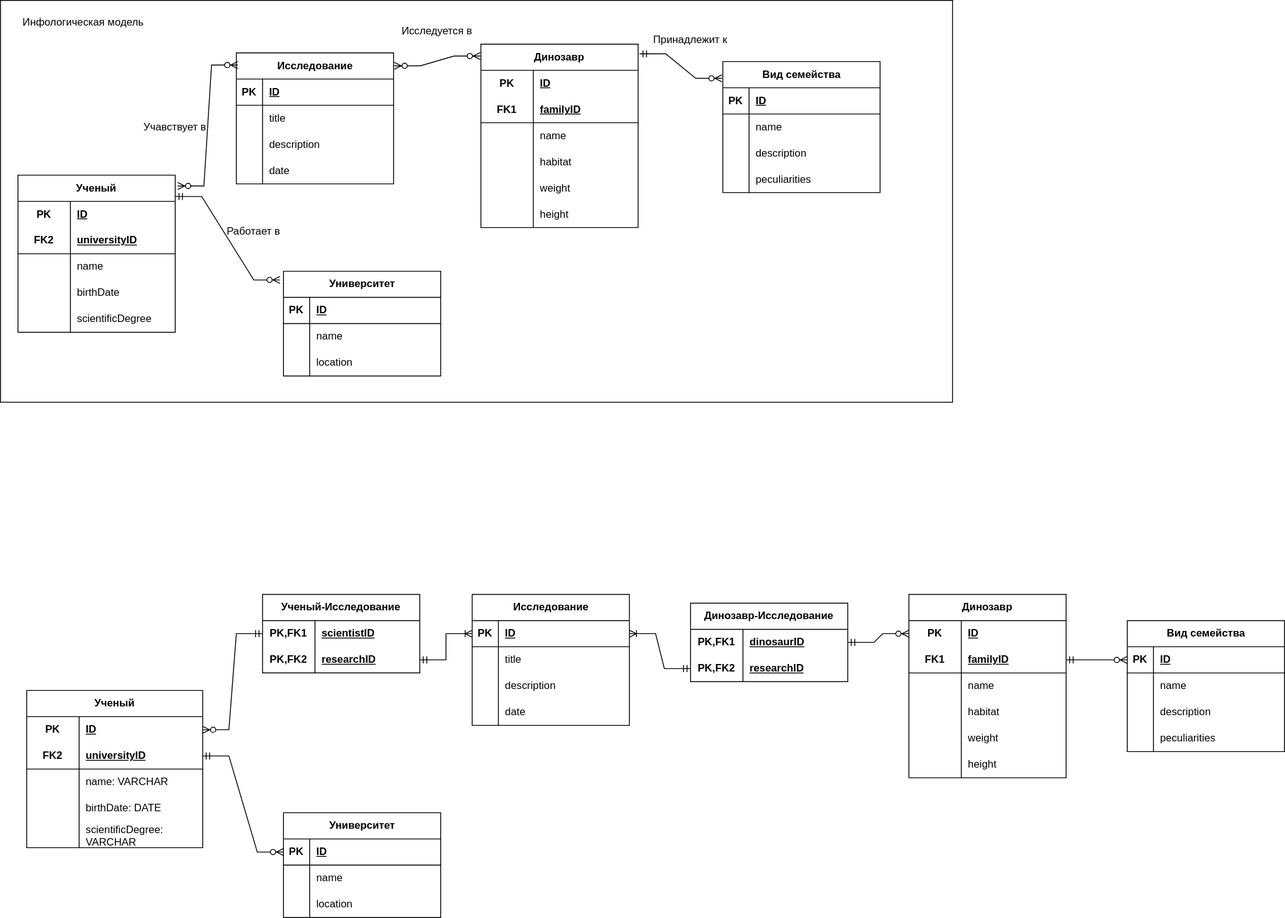
The draw.io diagram DataScience/lab1/bd.drawio.svg in yargames1/ITMO, before a commit. Source tidied: cells renumbered, new cells last; positions are measured from the earlier drawing's top-left corner, leaving out a move shared by most shapes.
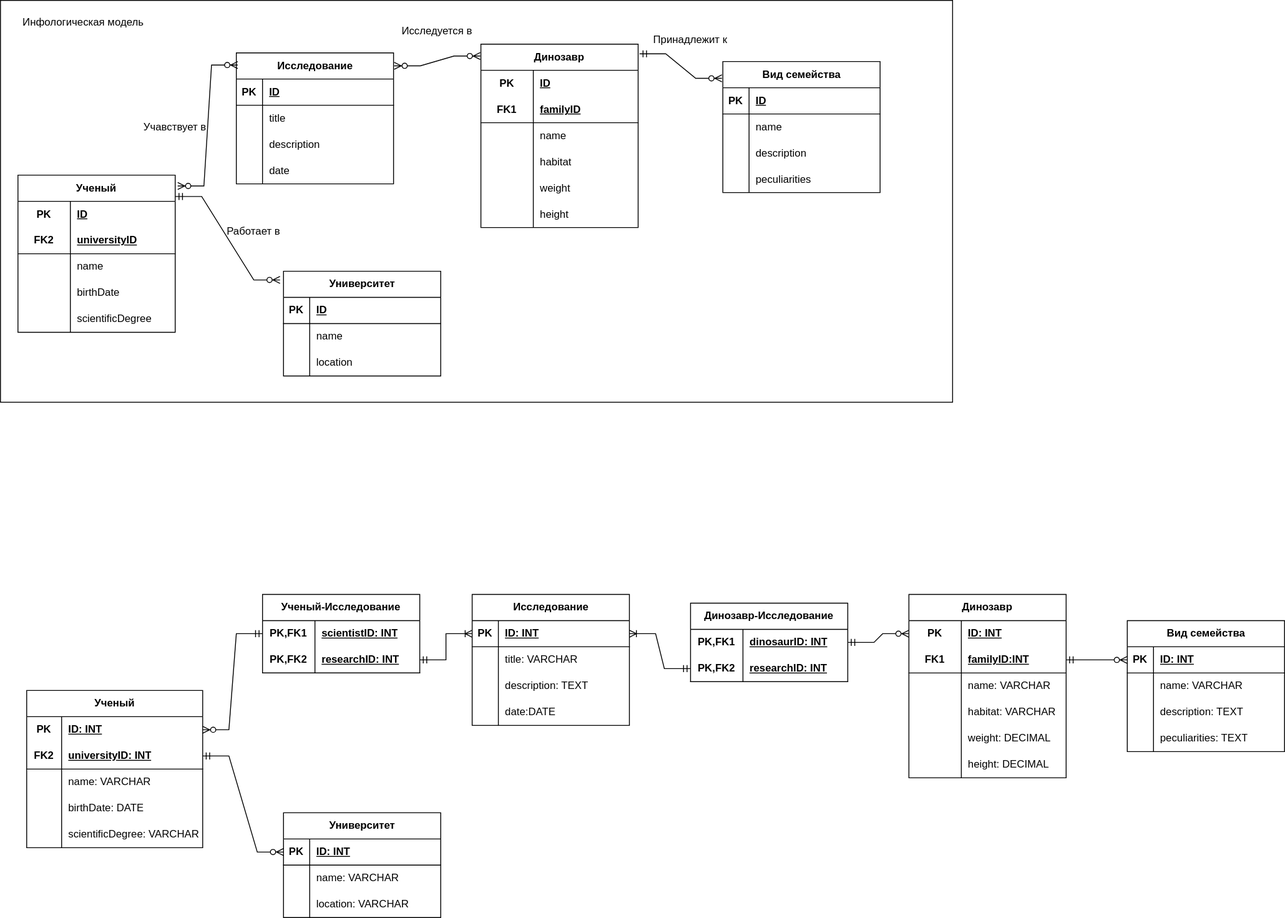
After the change.

Diff of the diagram source:
```diff
@@ -258,3 +258,3 @@
     </mxCell>
-    <mxCell id="86" value="ID" style="shape=partialRectangle;fillColor=none;top=0;left=0;bottom=0;right=0;align=left;spacingLeft=6;fontStyle=5;overflow=hidden;whiteSpace=wrap;html=1;" parent="84" vertex="1">
+    <mxCell id="86" value="ID: INT" style="shape=partialRectangle;fillColor=none;top=0;left=0;bottom=0;right=0;align=left;spacingLeft=6;fontStyle=5;overflow=hidden;whiteSpace=wrap;html=1;" parent="84" vertex="1">
       <mxGeometry x="30" width="150" height="30" as="geometry" />
@@ -267,3 +267,3 @@
     </mxCell>
-    <mxCell id="89" value="name" style="shape=partialRectangle;fillColor=none;top=0;left=0;bottom=0;right=0;align=left;spacingLeft=6;overflow=hidden;whiteSpace=wrap;html=1;" parent="87" vertex="1">
+    <mxCell id="89" value="name: VARCHAR" style="shape=partialRectangle;fillColor=none;top=0;left=0;bottom=0;right=0;align=left;spacingLeft=6;overflow=hidden;whiteSpace=wrap;html=1;" parent="87" vertex="1">
       <mxGeometry x="30" width="150" height="30" as="geometry" />
@@ -276,3 +276,3 @@
     </mxCell>
-    <mxCell id="92" value="location" style="shape=partialRectangle;fillColor=none;top=0;left=0;bottom=0;right=0;align=left;spacingLeft=6;overflow=hidden;whiteSpace=wrap;html=1;" parent="90" vertex="1">
+    <mxCell id="92" value="location: VARCHAR" style="shape=partialRectangle;fillColor=none;top=0;left=0;bottom=0;right=0;align=left;spacingLeft=6;overflow=hidden;whiteSpace=wrap;html=1;" parent="90" vertex="1">
       <mxGeometry x="30" width="150" height="30" as="geometry" />
@@ -286,6 +286,6 @@
     <mxCell id="95" value="PK" style="shape=partialRectangle;fillColor=none;top=0;left=0;bottom=0;right=0;fontStyle=1;overflow=hidden;html=1;whiteSpace=wrap;" parent="94" vertex="1">
-      <mxGeometry width="60" height="30" as="geometry" />
+      <mxGeometry width="40" height="30" as="geometry" />
     </mxCell>
-    <mxCell id="96" value="ID" style="shape=partialRectangle;fillColor=none;top=0;left=0;bottom=0;right=0;align=left;spacingLeft=6;fontStyle=5;overflow=hidden;html=1;whiteSpace=wrap;" parent="94" vertex="1">
-      <mxGeometry x="60" width="141.5" height="30" as="geometry" />
+    <mxCell id="96" value="ID: INT" style="shape=partialRectangle;fillColor=none;top=0;left=0;bottom=0;right=0;align=left;spacingLeft=6;fontStyle=5;overflow=hidden;html=1;whiteSpace=wrap;" parent="94" vertex="1">
+      <mxGeometry x="40" width="161.5" height="30" as="geometry" />
     </mxCell>
@@ -295,6 +295,6 @@
     <mxCell id="98" value="FK2" style="shape=partialRectangle;fillColor=none;top=0;left=0;bottom=0;right=0;fontStyle=1;overflow=hidden;html=1;whiteSpace=wrap;" parent="97" vertex="1">
-      <mxGeometry width="60" height="30" as="geometry" />
+      <mxGeometry width="40" height="30" as="geometry" />
     </mxCell>
-    <mxCell id="99" value="universityID" style="shape=partialRectangle;fillColor=none;top=0;left=0;bottom=0;right=0;align=left;spacingLeft=6;fontStyle=5;overflow=hidden;html=1;whiteSpace=wrap;" parent="97" vertex="1">
-      <mxGeometry x="60" width="141.5" height="30" as="geometry" />
+    <mxCell id="99" value="universityID: INT" style="shape=partialRectangle;fillColor=none;top=0;left=0;bottom=0;right=0;align=left;spacingLeft=6;fontStyle=5;overflow=hidden;html=1;whiteSpace=wrap;" parent="97" vertex="1">
+      <mxGeometry x="40" width="161.5" height="30" as="geometry" />
     </mxCell>
@@ -304,6 +304,6 @@
     <mxCell id="101" style="shape=partialRectangle;fillColor=none;top=0;left=0;bottom=0;right=0;overflow=hidden;html=1;whiteSpace=wrap;" parent="100" vertex="1">
-      <mxGeometry width="60" height="30" as="geometry" />
+      <mxGeometry width="40" height="30" as="geometry" />
     </mxCell>
     <mxCell id="102" value="name: VARCHAR" style="shape=partialRectangle;fillColor=none;top=0;left=0;bottom=0;right=0;align=left;spacingLeft=6;overflow=hidden;html=1;whiteSpace=wrap;" parent="100" vertex="1">
-      <mxGeometry x="60" width="141.5" height="30" as="geometry" />
+      <mxGeometry x="40" width="161.5" height="30" as="geometry" />
     </mxCell>
@@ -313,6 +313,6 @@
     <mxCell id="104" style="shape=partialRectangle;fillColor=none;top=0;left=0;bottom=0;right=0;overflow=hidden;html=1;whiteSpace=wrap;" parent="103" vertex="1">
-      <mxGeometry width="60" height="30" as="geometry" />
+      <mxGeometry width="40" height="30" as="geometry" />
     </mxCell>
     <mxCell id="105" value="birthDate: DATE" style="shape=partialRectangle;fillColor=none;top=0;left=0;bottom=0;right=0;align=left;spacingLeft=6;overflow=hidden;html=1;whiteSpace=wrap;" parent="103" vertex="1">
-      <mxGeometry x="60" width="141.5" height="30" as="geometry" />
+      <mxGeometry x="40" width="161.5" height="30" as="geometry" />
     </mxCell>
@@ -322,6 +322,6 @@
     <mxCell id="107" style="shape=partialRectangle;fillColor=none;top=0;left=0;bottom=0;right=0;overflow=hidden;html=1;whiteSpace=wrap;" parent="106" vertex="1">
-      <mxGeometry width="60" height="30" as="geometry" />
+      <mxGeometry width="40" height="30" as="geometry" />
     </mxCell>
     <mxCell id="108" value="scientificDegree: VARCHAR" style="shape=partialRectangle;fillColor=none;top=0;left=0;bottom=0;right=0;align=left;spacingLeft=6;overflow=hidden;html=1;whiteSpace=wrap;" parent="106" vertex="1">
-      <mxGeometry x="60" width="141.5" height="30" as="geometry" />
+      <mxGeometry x="40" width="161.5" height="30" as="geometry" />
     </mxCell>
@@ -336,3 +336,3 @@
     </mxCell>
-    <mxCell id="112" value="ID" style="shape=partialRectangle;fillColor=none;top=0;left=0;bottom=0;right=0;align=left;spacingLeft=6;fontStyle=5;overflow=hidden;html=1;whiteSpace=wrap;" parent="110" vertex="1">
+    <mxCell id="112" value="ID: INT" style="shape=partialRectangle;fillColor=none;top=0;left=0;bottom=0;right=0;align=left;spacingLeft=6;fontStyle=5;overflow=hidden;html=1;whiteSpace=wrap;" parent="110" vertex="1">
       <mxGeometry x="60" width="120" height="30" as="geometry" />
@@ -345,3 +345,3 @@
     </mxCell>
-    <mxCell id="115" value="familyID" style="shape=partialRectangle;fillColor=none;top=0;left=0;bottom=0;right=0;align=left;spacingLeft=6;fontStyle=5;overflow=hidden;html=1;whiteSpace=wrap;" parent="113" vertex="1">
+    <mxCell id="115" value="familyID:INT" style="shape=partialRectangle;fillColor=none;top=0;left=0;bottom=0;right=0;align=left;spacingLeft=6;fontStyle=5;overflow=hidden;html=1;whiteSpace=wrap;" parent="113" vertex="1">
       <mxGeometry x="60" width="120" height="30" as="geometry" />
@@ -354,3 +354,3 @@
     </mxCell>
-    <mxCell id="118" value="name" style="shape=partialRectangle;fillColor=none;top=0;left=0;bottom=0;right=0;align=left;spacingLeft=6;overflow=hidden;html=1;whiteSpace=wrap;" parent="116" vertex="1">
+    <mxCell id="118" value="name: VARCHAR" style="shape=partialRectangle;fillColor=none;top=0;left=0;bottom=0;right=0;align=left;spacingLeft=6;overflow=hidden;html=1;whiteSpace=wrap;" parent="116" vertex="1">
       <mxGeometry x="60" width="120" height="30" as="geometry" />
@@ -363,3 +363,3 @@
     </mxCell>
-    <mxCell id="121" value="habitat" style="shape=partialRectangle;fillColor=none;top=0;left=0;bottom=0;right=0;align=left;spacingLeft=6;overflow=hidden;html=1;whiteSpace=wrap;" parent="119" vertex="1">
+    <mxCell id="121" value="habitat: VARCHAR" style="shape=partialRectangle;fillColor=none;top=0;left=0;bottom=0;right=0;align=left;spacingLeft=6;overflow=hidden;html=1;whiteSpace=wrap;" parent="119" vertex="1">
       <mxGeometry x="60" width="120" height="30" as="geometry" />
@@ -372,3 +372,3 @@
     </mxCell>
-    <mxCell id="124" value="weight" style="shape=partialRectangle;fillColor=none;top=0;left=0;bottom=0;right=0;align=left;spacingLeft=6;overflow=hidden;html=1;whiteSpace=wrap;" parent="122" vertex="1">
+    <mxCell id="124" value="weight: DECIMAL" style="shape=partialRectangle;fillColor=none;top=0;left=0;bottom=0;right=0;align=left;spacingLeft=6;overflow=hidden;html=1;whiteSpace=wrap;" parent="122" vertex="1">
       <mxGeometry x="60" width="120" height="30" as="geometry" />
@@ -381,3 +381,3 @@
     </mxCell>
-    <mxCell id="127" value="height" style="shape=partialRectangle;fillColor=none;top=0;left=0;bottom=0;right=0;align=left;spacingLeft=6;overflow=hidden;html=1;whiteSpace=wrap;" parent="125" vertex="1">
+    <mxCell id="127" value="height: DECIMAL" style="shape=partialRectangle;fillColor=none;top=0;left=0;bottom=0;right=0;align=left;spacingLeft=6;overflow=hidden;html=1;whiteSpace=wrap;" parent="125" vertex="1">
       <mxGeometry x="60" width="120" height="30" as="geometry" />
@@ -393,3 +393,3 @@
     </mxCell>
-    <mxCell id="131" value="ID" style="shape=partialRectangle;fillColor=none;top=0;left=0;bottom=0;right=0;align=left;spacingLeft=6;fontStyle=5;overflow=hidden;whiteSpace=wrap;html=1;" parent="129" vertex="1">
+    <mxCell id="131" value="ID: INT" style="shape=partialRectangle;fillColor=none;top=0;left=0;bottom=0;right=0;align=left;spacingLeft=6;fontStyle=5;overflow=hidden;whiteSpace=wrap;html=1;" parent="129" vertex="1">
       <mxGeometry x="30" width="150" height="30" as="geometry" />
@@ -402,3 +402,3 @@
     </mxCell>
-    <mxCell id="134" value="name" style="shape=partialRectangle;fillColor=none;top=0;left=0;bottom=0;right=0;align=left;spacingLeft=6;overflow=hidden;whiteSpace=wrap;html=1;" parent="132" vertex="1">
+    <mxCell id="134" value="name: VARCHAR" style="shape=partialRectangle;fillColor=none;top=0;left=0;bottom=0;right=0;align=left;spacingLeft=6;overflow=hidden;whiteSpace=wrap;html=1;" parent="132" vertex="1">
       <mxGeometry x="30" width="150" height="30" as="geometry" />
@@ -411,3 +411,3 @@
     </mxCell>
-    <mxCell id="137" value="description" style="shape=partialRectangle;fillColor=none;top=0;left=0;bottom=0;right=0;align=left;spacingLeft=6;overflow=hidden;whiteSpace=wrap;html=1;" parent="135" vertex="1">
+    <mxCell id="137" value="description: TEXT" style="shape=partialRectangle;fillColor=none;top=0;left=0;bottom=0;right=0;align=left;spacingLeft=6;overflow=hidden;whiteSpace=wrap;html=1;" parent="135" vertex="1">
       <mxGeometry x="30" width="150" height="30" as="geometry" />
@@ -420,3 +420,3 @@
     </mxCell>
-    <mxCell id="140" value="peculiarities" style="shape=partialRectangle;fillColor=none;top=0;left=0;bottom=0;right=0;align=left;spacingLeft=6;overflow=hidden;whiteSpace=wrap;html=1;" parent="138" vertex="1">
+    <mxCell id="140" value="peculiarities: TEXT" style="shape=partialRectangle;fillColor=none;top=0;left=0;bottom=0;right=0;align=left;spacingLeft=6;overflow=hidden;whiteSpace=wrap;html=1;" parent="138" vertex="1">
       <mxGeometry x="30" width="150" height="30" as="geometry" />
@@ -432,3 +432,3 @@
     </mxCell>
-    <mxCell id="144" value="ID" style="shape=partialRectangle;fillColor=none;top=0;left=0;bottom=0;right=0;align=left;spacingLeft=6;fontStyle=5;overflow=hidden;whiteSpace=wrap;html=1;" parent="142" vertex="1">
+    <mxCell id="144" value="ID: INT" style="shape=partialRectangle;fillColor=none;top=0;left=0;bottom=0;right=0;align=left;spacingLeft=6;fontStyle=5;overflow=hidden;whiteSpace=wrap;html=1;" parent="142" vertex="1">
       <mxGeometry x="30" width="150" height="30" as="geometry" />
@@ -441,3 +441,3 @@
     </mxCell>
-    <mxCell id="147" value="title" style="shape=partialRectangle;fillColor=none;top=0;left=0;bottom=0;right=0;align=left;spacingLeft=6;overflow=hidden;whiteSpace=wrap;html=1;" parent="145" vertex="1">
+    <mxCell id="147" value="title: VARCHAR" style="shape=partialRectangle;fillColor=none;top=0;left=0;bottom=0;right=0;align=left;spacingLeft=6;overflow=hidden;whiteSpace=wrap;html=1;" parent="145" vertex="1">
       <mxGeometry x="30" width="150" height="30" as="geometry" />
@@ -450,3 +450,3 @@
     </mxCell>
-    <mxCell id="150" value="description" style="shape=partialRectangle;fillColor=none;top=0;left=0;bottom=0;right=0;align=left;spacingLeft=6;overflow=hidden;whiteSpace=wrap;html=1;" parent="148" vertex="1">
+    <mxCell id="150" value="description: TEXT" style="shape=partialRectangle;fillColor=none;top=0;left=0;bottom=0;right=0;align=left;spacingLeft=6;overflow=hidden;whiteSpace=wrap;html=1;" parent="148" vertex="1">
       <mxGeometry x="30" width="150" height="30" as="geometry" />
@@ -459,3 +459,3 @@
     </mxCell>
-    <mxCell id="153" value="date" style="shape=partialRectangle;fillColor=none;top=0;left=0;bottom=0;right=0;align=left;spacingLeft=6;overflow=hidden;whiteSpace=wrap;html=1;" parent="151" vertex="1">
+    <mxCell id="153" value="date:DATE" style="shape=partialRectangle;fillColor=none;top=0;left=0;bottom=0;right=0;align=left;spacingLeft=6;overflow=hidden;whiteSpace=wrap;html=1;" parent="151" vertex="1">
       <mxGeometry x="30" width="150" height="30" as="geometry" />
@@ -477,3 +477,3 @@
     </mxCell>
-    <mxCell id="159" value="scientistID" style="shape=partialRectangle;fillColor=none;top=0;left=0;bottom=0;right=0;align=left;spacingLeft=6;fontStyle=5;overflow=hidden;html=1;whiteSpace=wrap;" parent="157" vertex="1">
+    <mxCell id="159" value="scientistID: INT" style="shape=partialRectangle;fillColor=none;top=0;left=0;bottom=0;right=0;align=left;spacingLeft=6;fontStyle=5;overflow=hidden;html=1;whiteSpace=wrap;" parent="157" vertex="1">
       <mxGeometry x="60" width="120" height="30" as="geometry" />
@@ -486,3 +486,3 @@
     </mxCell>
-    <mxCell id="162" value="researchID " style="shape=partialRectangle;fillColor=none;top=0;left=0;bottom=0;right=0;align=left;spacingLeft=6;fontStyle=5;overflow=hidden;html=1;whiteSpace=wrap;" parent="160" vertex="1">
+    <mxCell id="162" value="researchID: INT" style="shape=partialRectangle;fillColor=none;top=0;left=0;bottom=0;right=0;align=left;spacingLeft=6;fontStyle=5;overflow=hidden;html=1;whiteSpace=wrap;" parent="160" vertex="1">
       <mxGeometry x="60" width="120" height="30" as="geometry" />
@@ -498,3 +498,3 @@
     </mxCell>
-    <mxCell id="166" value="dinosaurID " style="shape=partialRectangle;fillColor=none;top=0;left=0;bottom=0;right=0;align=left;spacingLeft=6;fontStyle=5;overflow=hidden;html=1;whiteSpace=wrap;" parent="164" vertex="1">
+    <mxCell id="166" value="dinosaurID: INT" style="shape=partialRectangle;fillColor=none;top=0;left=0;bottom=0;right=0;align=left;spacingLeft=6;fontStyle=5;overflow=hidden;html=1;whiteSpace=wrap;" parent="164" vertex="1">
       <mxGeometry x="60" width="120" height="30" as="geometry" />
@@ -507,3 +507,3 @@
     </mxCell>
-    <mxCell id="169" value="researchID " style="shape=partialRectangle;fillColor=none;top=0;left=0;bottom=0;right=0;align=left;spacingLeft=6;fontStyle=5;overflow=hidden;html=1;whiteSpace=wrap;" parent="167" vertex="1">
+    <mxCell id="169" value="researchID: INT" style="shape=partialRectangle;fillColor=none;top=0;left=0;bottom=0;right=0;align=left;spacingLeft=6;fontStyle=5;overflow=hidden;html=1;whiteSpace=wrap;" parent="167" vertex="1">
       <mxGeometry x="60" width="120" height="30" as="geometry" />
```
